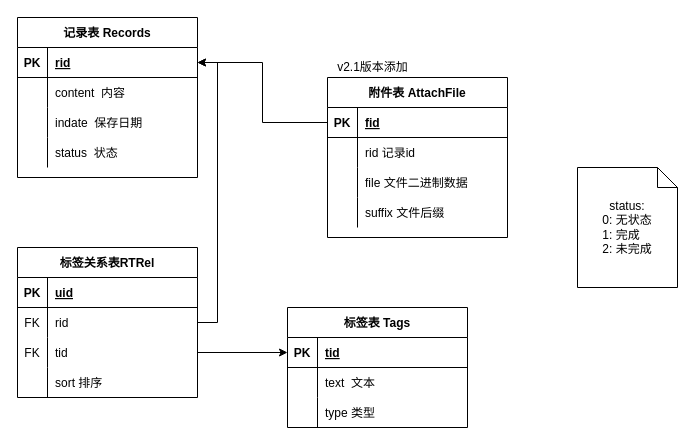
The draw.io diagram page "表关系" (3 of 3) of 文档/设计图.drawio in xinglong192/TodayNotes, before the edit. Source tidied: cells renumbered, new cells numbered last; positions are measured from the earlier drawing's top-left corner, leaving out a move shared by most shapes. Both pictures are drawn from the tidied source at 100%, with x=0, y=0 at pixel (17, 17).
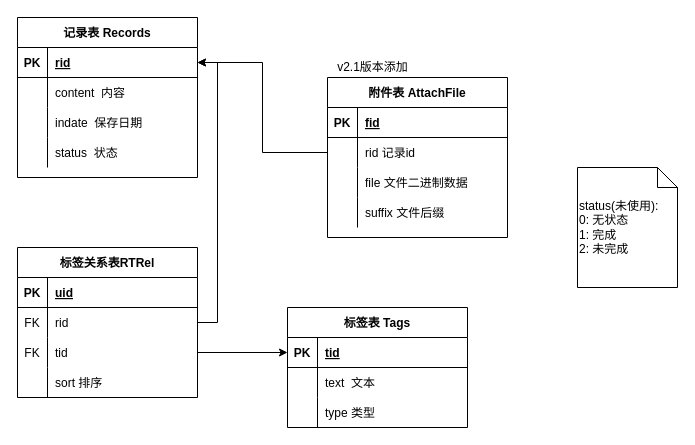
After the change.

The change refers to these unchanged cells:
```xml
<mxCell id="3" style="shape=tableRow;horizontal=0;startSize=0;swimlaneHead=0;swimlaneBody=0;fillColor=none;points=[[0,0.5],[1,0.5]];portConstraint=eastwest;top=0;left=0;right=0;bottom=1;" parent="2" vertex="1">
  <mxGeometry y="30" width="180" height="30" as="geometry" />
</mxCell>
<mxCell id="42" style="shape=tableRow;horizontal=0;startSize=0;swimlaneHead=0;swimlaneBody=0;fillColor=none;points=[[0,0.5],[1,0.5]];portConstraint=eastwest;top=0;left=0;right=0;bottom=1;" parent="41" vertex="1">
  <mxGeometry y="30" width="180" height="30" as="geometry" />
</mxCell>
<mxCell id="45" style="shape=tableRow;horizontal=0;startSize=0;swimlaneHead=0;swimlaneBody=0;fillColor=none;points=[[0,0.5],[1,0.5]];portConstraint=eastwest;top=0;left=0;right=0;bottom=0;" parent="41" vertex="1">
  <mxGeometry y="60" width="180" height="30" as="geometry" />
</mxCell>
```

Change to the diagram source:
```diff
@@
-    <mxCell id="25" value="status:&lt;br&gt;0: 无状态&lt;br&gt;&lt;div style=&quot;text-align: left;&quot;&gt;&lt;span style=&quot;background-color: initial;&quot;&gt;1: 完成&lt;/span&gt;&lt;/div&gt;&lt;div style=&quot;text-align: left;&quot;&gt;&lt;span style=&quot;background-color: initial;&quot;&gt;2: 未完成&lt;/span&gt;&lt;/div&gt;" style="shape=note;size=20;whiteSpace=wrap;html=1;" parent="1" vertex="1">
+    <mxCell id="25" value="status(未使用):&lt;br&gt;0: 无状态&lt;br&gt;&lt;div style=&quot;&quot;&gt;&lt;span&gt;1: 完成&lt;/span&gt;&lt;/div&gt;&lt;div style=&quot;&quot;&gt;&lt;span&gt;2: 未完成&lt;/span&gt;&lt;/div&gt;" style="shape=note;size=20;whiteSpace=wrap;html=1;align=left;" parent="1" vertex="1">
       <mxGeometry x="560" y="150" width="100" height="120" as="geometry" />
     </mxCell>
@@
-    <mxCell id="54" style="edgeStyle=orthogonalEdgeStyle;rounded=0;jettySize=auto;html=1;exitX=0;exitY=0.5;exitDx=0;exitDy=0;entryX=1;entryY=0.5;entryDx=0;entryDy=0;" parent="1" edge="1" source="42" target="3">
+    <mxCell id="54" style="edgeStyle=orthogonalEdgeStyle;rounded=0;jettySize=auto;html=1;exitX=0;exitY=0.5;exitDx=0;exitDy=0;entryX=1;entryY=0.5;entryDx=0;entryDy=0;" parent="1" edge="1" source="45" target="3">
       <mxGeometry relative="1" as="geometry" />
     </mxCell>
```
